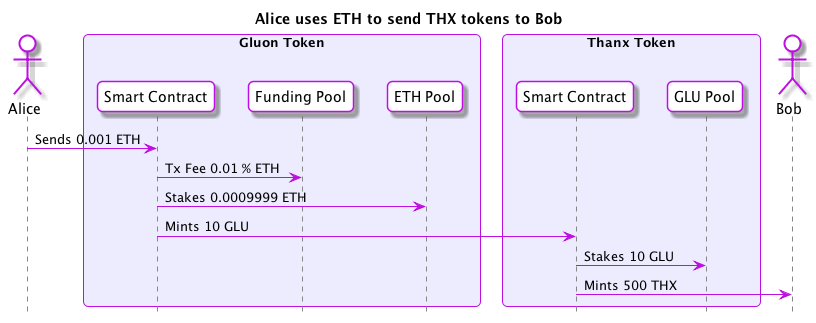
The PlantUML diagram flows/a-eth-to-thx-b.png in gluon-project/gluon-specs, before a commit.
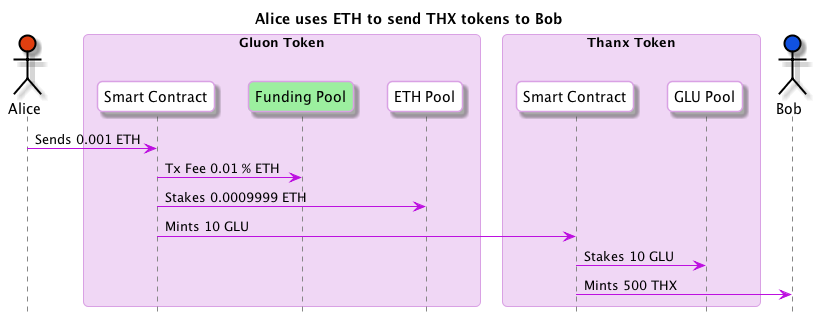
The same file after the commit.

Diff of the diagram source:
```diff
@@ -5,40 +5,38 @@
 skinparam headerFontSize 18
 skinparam sequence {
   ArrowColor #BD10E0
-  GroupBackgroundColor #BD10E0
-  GroupBorderColor #EDECFF
-  GroupHeaderFontColor #ffffff
-  BoxBorderColor #BD10E0
-  BoxBackgroundColor #EDECFF
+
+  BoxBorderColor #D9A1E4
+  BoxBackgroundColor #F0D7F5
   BoxPadding 10
 
-  ParticipantBorderColor #BD10E0
+  ParticipantBorderColor #D9A1E4
   ParticipantBackgroundColor #ffffff
   ParticipantPadding 10
 
-  ActorBorderColor #BD10E0
+  ActorBorderColor #000000
   ActorBackgroundColor #ffffff
+
   EntityBorderColor #BD10E0
   EntityBackgroundColor #ffffff
-  DatabaseBorderColor #BD10E0
-  DatabaseBackgroundColor #ffffff
+
 
   LifeLineBorderColor #878787
 }
 
 hide footbox
 title Alice uses ETH to send THX tokens to Bob
-actor Alice
+actor Alice #E03F10
 box "Gluon Token"
   participant "Smart Contract" as GluonSC
-  participant "Funding Pool" as FundingPool
+  participant "Funding Pool" as FundingPool #9CEF9F
   participant "ETH Pool" as ETHPool
 end box
 box "Thanx Token"
   participant "Smart Contract" as ThanxSC
   participant "GLU Pool" as THXGLUPool
 end box
-actor Bob
+actor Bob #1051E0
 
 Alice -> GluonSC : Sends 0.001 ETH
 GluonSC -> FundingPool : Tx Fee 0.01 % ETH
```
